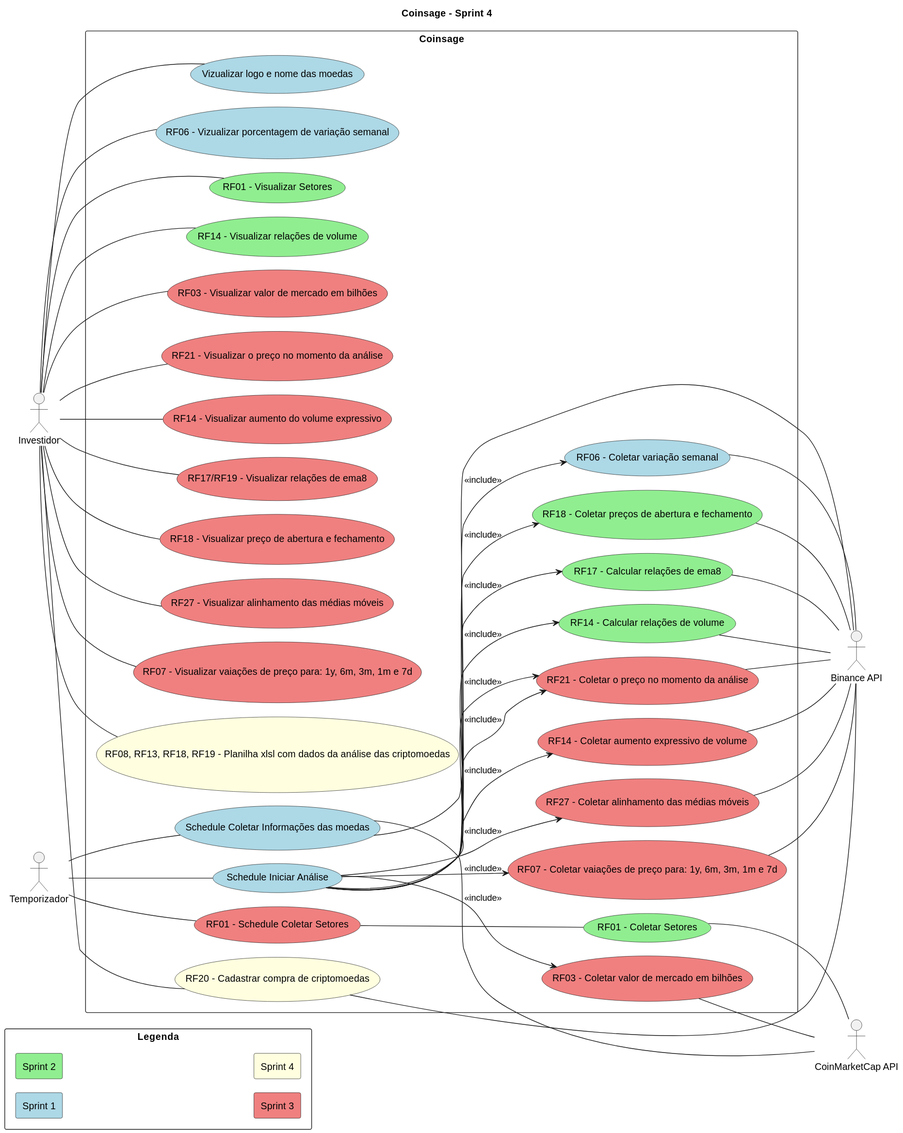
This is Artefatos/diagramas/casos_de_uso/versions/svgs/current.svg from ICEI-PUC-Minas-PPLES-TI/plf-es-2024-1-ti3-8981100-coinsage, a PlantUML export, as it was before one commit.
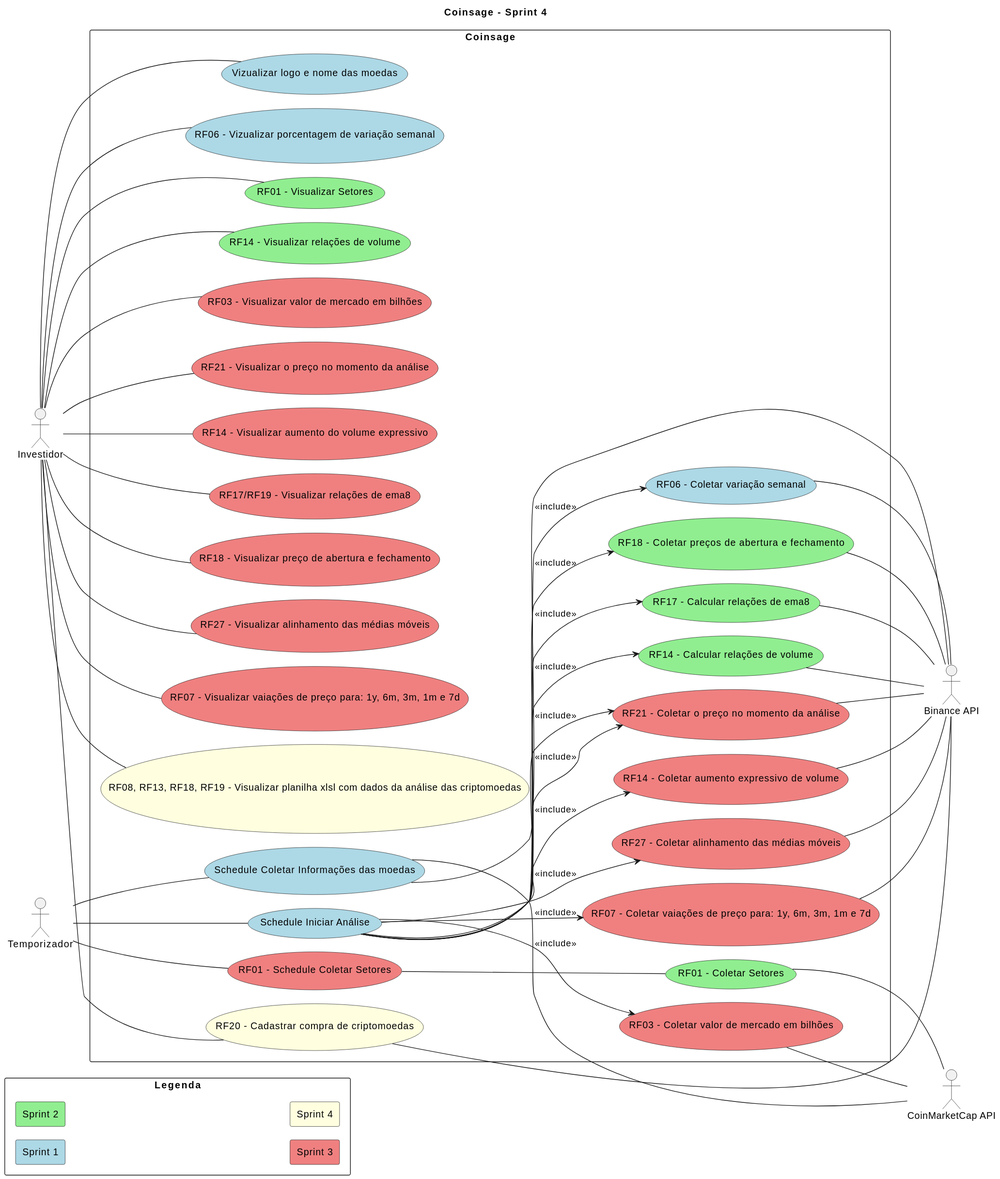
After the change.

Commit message:
updating usecase name

Diff of the diagram source:
```diff
@@ -49,7 +49,7 @@
     usecase "RF07 - Visualizar vaiações de preço para: 1y, 6m, 3m, 1m e 7d" as view_cripto_price_variations #LightCoral
 
     usecase "RF20 - Cadastrar compra de criptomoedas" as register_cripto #LightYellow
-    usecase "RF08, RF13, RF18, RF19 - Planilha xlsl com dados da análise das criptomoedas" as view_xlsl #LightYellow
+    usecase "RF08, RF13, RF18, RF19 - Visualizar planilha xlsl com dados da análise das criptomoedas" as view_xlsl #LightYellow
 }
 
 schedule -- sch_analysis
```
